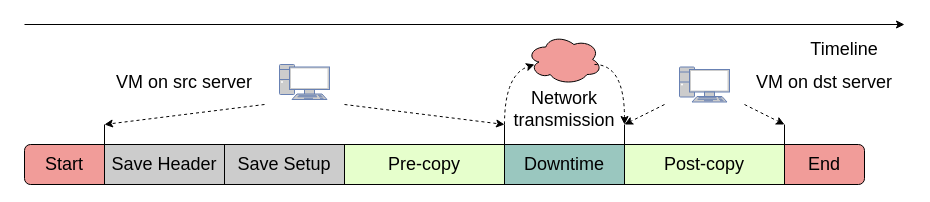
Earlier version of the draw.io diagram qemu-migration/live migration procedure.drawio (xuyizhe1999/drawio). Source tidied: cells renumbered, new cells numbered last; positions are measured from the earlier drawing's top-left corner, leaving out a move shared by most shapes. Both pictures are drawn from the tidied source at 100%, with x=0, y=0 at pixel (24, 24).
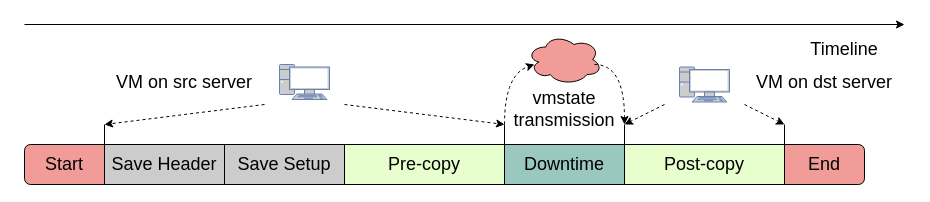
The same page after the edit.

Change to the diagram source:
```diff
@@
-    <mxCell id="28" value="Network transmission" style="text;html=1;strokeColor=none;fillColor=none;align=center;verticalAlign=middle;whiteSpace=wrap;rounded=0;fontSize=18;" parent="1" vertex="1">
+    <mxCell id="28" value="vmstate transmission" style="text;html=1;strokeColor=none;fillColor=none;align=center;verticalAlign=middle;whiteSpace=wrap;rounded=0;fontSize=18;" parent="1" vertex="1">
       <mxGeometry x="510" y="70" width="60" height="30" as="geometry" />
     </mxCell>
```
